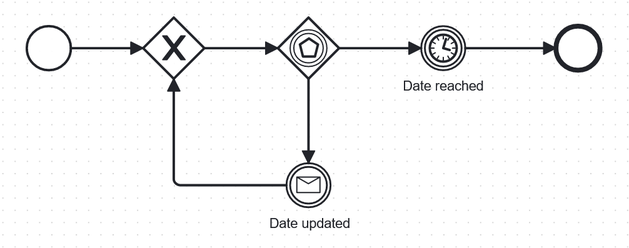
brix-ag/bpmn-design-patterns keeps this BPMN diagram as updatable-timer-pattern/updatable-timer-pattern.png. Above is the earlier version. Its source is kept beside it as updatable-timer-pattern/updatable-timer-pattern.bpmn. Ids are renumbered. Its diagram source:
```xml
<bpmn:definitions xmlns:bpmn="http://www.omg.org/spec/BPMN/20100524/MODEL" xmlns:bpmndi="http://www.omg.org/spec/BPMN/20100524/DI" xmlns:dc="http://www.omg.org/spec/DD/20100524/DC" xmlns:xsi="http://www.w3.org/2001/XMLSchema-instance" xmlns:di="http://www.omg.org/spec/DD/20100524/DI" xmlns:zeebe="http://camunda.org/schema/zeebe/1.0" xmlns:modeler="http://camunda.org/schema/modeler/1.0" xmlns:camunda="http://camunda.org/schema/1.0/bpmn" id="Definitions_1" targetNamespace="http://bpmn.io/schema/bpmn" exporter="Camunda Modeler" exporterVersion="5.21.0" modeler:executionPlatform="Camunda Cloud" modeler:executionPlatformVersion="8.4.0" camunda:diagramRelationId="9c067837-f4c7-4fb6-b2c7-e01d3282661e">
  <bpmn:process id="Process_n1" name="01 Solution" isExecutable="true">
    <bpmn:startEvent id="StartEvent_1">
      <bpmn:outgoing>Flow_n2</bpmn:outgoing>
    </bpmn:startEvent>
    <bpmn:exclusiveGateway id="Gateway_n3">
      <bpmn:incoming>Flow_n2</bpmn:incoming>
      <bpmn:incoming>Flow_n4</bpmn:incoming>
      <bpmn:outgoing>Flow_n5</bpmn:outgoing>
    </bpmn:exclusiveGateway>
    <bpmn:sequenceFlow id="Flow_n2" sourceRef="StartEvent_1" targetRef="Gateway_n3" />
    <bpmn:sequenceFlow id="Flow_n5" sourceRef="Gateway_n3" targetRef="Gateway_n6" />
    <bpmn:eventBasedGateway id="Gateway_n6">
      <bpmn:incoming>Flow_n5</bpmn:incoming>
      <bpmn:outgoing>Flow_n7</bpmn:outgoing>
      <bpmn:outgoing>Flow_n8</bpmn:outgoing>
    </bpmn:eventBasedGateway>
    <bpmn:intermediateCatchEvent id="Event_n9" name="Date reached">
      <bpmn:incoming>Flow_n7</bpmn:incoming>
      <bpmn:outgoing>Flow_n10</bpmn:outgoing>
      <bpmn:timerEventDefinition id="TimerEventDefinition_n11">
        <bpmn:timeDate xsi:type="bpmn:tFormalExpression">=foo</bpmn:timeDate>
      </bpmn:timerEventDefinition>
    </bpmn:intermediateCatchEvent>
    <bpmn:sequenceFlow id="Flow_n7" sourceRef="Gateway_n6" targetRef="Event_n9" />
    <bpmn:intermediateCatchEvent id="Event_n12" name="Date updated">
      <bpmn:incoming>Flow_n8</bpmn:incoming>
      <bpmn:outgoing>Flow_n4</bpmn:outgoing>
      <bpmn:messageEventDefinition id="MessageEventDefinition_n13" messageRef="Message_n14" />
    </bpmn:intermediateCatchEvent>
    <bpmn:sequenceFlow id="Flow_n8" sourceRef="Gateway_n6" targetRef="Event_n12" />
    <bpmn:sequenceFlow id="Flow_n4" sourceRef="Event_n12" targetRef="Gateway_n3" />
    <bpmn:endEvent id="Event_n15">
      <bpmn:incoming>Flow_n10</bpmn:incoming>
    </bpmn:endEvent>
    <bpmn:sequenceFlow id="Flow_n10" sourceRef="Event_n9" targetRef="Event_n15" />
  </bpmn:process>
  <bpmn:message id="Message_n14" name="updateFoo">
    <bpmn:extensionElements>
      <zeebe:subscription correlationKey="=bar" />
    </bpmn:extensionElements>
  </bpmn:message>
  <bpmndi:BPMNDiagram id="BPMNDiagram_1">
    <bpmndi:BPMNPlane id="BPMNPlane_1" bpmnElement="Process_n1">
      <bpmndi:BPMNShape id="_BPMNShape_StartEvent_2" bpmnElement="StartEvent_1">
        <dc:Bounds x="150" y="130" width="36" height="36" />
      </bpmndi:BPMNShape>
      <bpmndi:BPMNShape id="Gateway_n3_di" bpmnElement="Gateway_n3" isMarkerVisible="true">
        <dc:Bounds x="245" y="123" width="50" height="50" />
      </bpmndi:BPMNShape>
      <bpmndi:BPMNShape id="Gateway_1b5ekbn_di" bpmnElement="Gateway_n6">
        <dc:Bounds x="355" y="123" width="50" height="50" />
      </bpmndi:BPMNShape>
      <bpmndi:BPMNShape id="Event_n9_di" bpmnElement="Event_n9">
        <dc:Bounds x="472" y="130" width="36" height="36" />
        <bpmndi:BPMNLabel>
          <dc:Bounds x="457" y="173" width="67" height="14" />
        </bpmndi:BPMNLabel>
      </bpmndi:BPMNShape>
      <bpmndi:BPMNShape id="Event_n12_di" bpmnElement="Event_n12">
        <dc:Bounds x="362" y="242" width="36" height="36" />
        <bpmndi:BPMNLabel>
          <dc:Bounds x="348" y="285" width="65" height="14" />
        </bpmndi:BPMNLabel>
      </bpmndi:BPMNShape>
      <bpmndi:BPMNShape id="Event_n15_di" bpmnElement="Event_n15">
        <dc:Bounds x="582" y="130" width="36" height="36" />
      </bpmndi:BPMNShape>
      <bpmndi:BPMNEdge id="Flow_n2_di" bpmnElement="Flow_n2">
        <di:waypoint x="186" y="148" />
        <di:waypoint x="245" y="148" />
      </bpmndi:BPMNEdge>
      <bpmndi:BPMNEdge id="Flow_n5_di" bpmnElement="Flow_n5">
        <di:waypoint x="295" y="148" />
        <di:waypoint x="355" y="148" />
      </bpmndi:BPMNEdge>
      <bpmndi:BPMNEdge id="Flow_n7_di" bpmnElement="Flow_n7">
        <di:waypoint x="405" y="148" />
        <di:waypoint x="472" y="148" />
      </bpmndi:BPMNEdge>
      <bpmndi:BPMNEdge id="Flow_n8_di" bpmnElement="Flow_n8">
        <di:waypoint x="380" y="173" />
        <di:waypoint x="380" y="242" />
      </bpmndi:BPMNEdge>
      <bpmndi:BPMNEdge id="Flow_n4_di" bpmnElement="Flow_n4">
        <di:waypoint x="362" y="260" />
        <di:waypoint x="270" y="260" />
        <di:waypoint x="270" y="173" />
      </bpmndi:BPMNEdge>
      <bpmndi:BPMNEdge id="Flow_n10_di" bpmnElement="Flow_n10">
        <di:waypoint x="508" y="148" />
        <di:waypoint x="582" y="148" />
      </bpmndi:BPMNEdge>
    </bpmndi:BPMNPlane>
  </bpmndi:BPMNDiagram>
</bpmn:definitions>
```
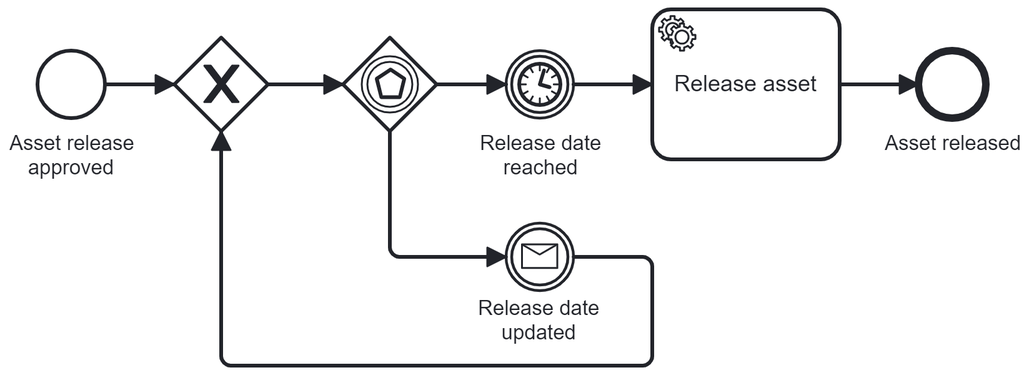
The same file after the commit.

Diff of the diagram source:
```diff
@@ -1,6 +1,11 @@
-<bpmn:definitions xmlns:bpmn="http://www.omg.org/spec/BPMN/20100524/MODEL" xmlns:bpmndi="http://www.omg.org/spec/BPMN/20100524/DI" xmlns:dc="http://www.omg.org/spec/DD/20100524/DC" xmlns:xsi="http://www.w3.org/2001/XMLSchema-instance" xmlns:di="http://www.omg.org/spec/DD/20100524/DI" xmlns:zeebe="http://camunda.org/schema/zeebe/1.0" xmlns:modeler="http://camunda.org/schema/modeler/1.0" xmlns:camunda="http://camunda.org/schema/1.0/bpmn" id="Definitions_1" targetNamespace="http://bpmn.io/schema/bpmn" exporter="Camunda Modeler" exporterVersion="5.21.0" modeler:executionPlatform="Camunda Cloud" modeler:executionPlatformVersion="8.4.0" camunda:diagramRelationId="9c067837-f4c7-4fb6-b2c7-e01d3282661e">
+<bpmn:definitions xmlns:bpmn="http://www.omg.org/spec/BPMN/20100524/MODEL" xmlns:bpmndi="http://www.omg.org/spec/BPMN/20100524/DI" xmlns:dc="http://www.omg.org/spec/DD/20100524/DC" xmlns:xsi="http://www.w3.org/2001/XMLSchema-instance" xmlns:di="http://www.omg.org/spec/DD/20100524/DI" xmlns:zeebe="http://camunda.org/schema/zeebe/1.0" xmlns:modeler="http://camunda.org/schema/modeler/1.0" xmlns:camunda="http://camunda.org/schema/1.0/bpmn" id="Definitions_1" targetNamespace="http://bpmn.io/schema/bpmn" exporter="Camunda Modeler" exporterVersion="5.22.0" modeler:executionPlatform="Camunda Cloud" modeler:executionPlatformVersion="8.4.0" camunda:diagramRelationId="9c067837-f4c7-4fb6-b2c7-e01d3282661e">
   <bpmn:process id="Process_n1" name="01 Solution" isExecutable="true">
-    <bpmn:startEvent id="StartEvent_1">
+    <bpmn:startEvent id="StartEvent_1" name="Asset release approved">
+      <bpmn:extensionElements>
+        <zeebe:properties>
+          <zeebe:property name="camundaModeler:exampleOutputJson" value="{&#10;  &#34;releaseDate&#34;: &#34;2024-04-23T08:00:00Z&#34;,&#10;  &#34;correlationKey&#34;: &#34;aCorrelationKey&#34;&#10;}" />
+        </zeebe:properties>
+      </bpmn:extensionElements>
       <bpmn:outgoing>Flow_n2</bpmn:outgoing>
     </bpmn:startEvent>
     <bpmn:exclusiveGateway id="Gateway_n3">
@@ -15,81 +20,105 @@
       <bpmn:outgoing>Flow_n7</bpmn:outgoing>
       <bpmn:outgoing>Flow_n8</bpmn:outgoing>
     </bpmn:eventBasedGateway>
-    <bpmn:intermediateCatchEvent id="Event_n9" name="Date reached">
+    <bpmn:intermediateCatchEvent id="Event_n9" name="Release date reached">
       <bpmn:incoming>Flow_n7</bpmn:incoming>
       <bpmn:outgoing>Flow_n10</bpmn:outgoing>
       <bpmn:timerEventDefinition id="TimerEventDefinition_n11">
-        <bpmn:timeDate xsi:type="bpmn:tFormalExpression">=foo</bpmn:timeDate>
+        <bpmn:timeDate xsi:type="bpmn:tFormalExpression">=releaseDate</bpmn:timeDate>
       </bpmn:timerEventDefinition>
     </bpmn:intermediateCatchEvent>
     <bpmn:sequenceFlow id="Flow_n7" sourceRef="Gateway_n6" targetRef="Event_n9" />
-    <bpmn:intermediateCatchEvent id="Event_n12" name="Date updated">
+    <bpmn:intermediateCatchEvent id="Event_n12" name="Release date updated">
       <bpmn:incoming>Flow_n8</bpmn:incoming>
       <bpmn:outgoing>Flow_n4</bpmn:outgoing>
       <bpmn:messageEventDefinition id="MessageEventDefinition_n13" messageRef="Message_n14" />
     </bpmn:intermediateCatchEvent>
     <bpmn:sequenceFlow id="Flow_n8" sourceRef="Gateway_n6" targetRef="Event_n12" />
     <bpmn:sequenceFlow id="Flow_n4" sourceRef="Event_n12" targetRef="Gateway_n3" />
-    <bpmn:endEvent id="Event_n15">
+    <bpmn:endEvent id="Event_n15" name="Asset released">
+      <bpmn:incoming>Flow_n16</bpmn:incoming>
+    </bpmn:endEvent>
+    <bpmn:sequenceFlow id="Flow_n10" sourceRef="Event_n9" targetRef="Activity_n17" />
+    <bpmn:serviceTask id="Activity_n17" name="Release asset">
+      <bpmn:extensionElements>
+        <zeebe:taskDefinition type="releaseAsset" />
+      </bpmn:extensionElements>
       <bpmn:incoming>Flow_n10</bpmn:incoming>
-    </bpmn:endEvent>
-    <bpmn:sequenceFlow id="Flow_n10" sourceRef="Event_n9" targetRef="Event_n15" />
+      <bpmn:outgoing>Flow_n16</bpmn:outgoing>
+    </bpmn:serviceTask>
+    <bpmn:sequenceFlow id="Flow_n16" sourceRef="Activity_n17" targetRef="Event_n15" />
   </bpmn:process>
-  <bpmn:message id="Message_n14" name="updateFoo">
+  <bpmn:message id="Message_n14" name="updateTimerValue">
     <bpmn:extensionElements>
-      <zeebe:subscription correlationKey="=bar" />
+      <zeebe:subscription correlationKey="=correlationKey" />
     </bpmn:extensionElements>
   </bpmn:message>
   <bpmndi:BPMNDiagram id="BPMNDiagram_1">
     <bpmndi:BPMNPlane id="BPMNPlane_1" bpmnElement="Process_n1">
       <bpmndi:BPMNShape id="_BPMNShape_StartEvent_2" bpmnElement="StartEvent_1">
-        <dc:Bounds x="150" y="130" width="36" height="36" />
+        <dc:Bounds x="182" y="102" width="36" height="36" />
+        <bpmndi:BPMNLabel>
+          <dc:Bounds x="167" y="145" width="66" height="27" />
+        </bpmndi:BPMNLabel>
       </bpmndi:BPMNShape>
       <bpmndi:BPMNShape id="Gateway_n3_di" bpmnElement="Gateway_n3" isMarkerVisible="true">
-        <dc:Bounds x="245" y="123" width="50" height="50" />
+        <dc:Bounds x="255" y="95" width="50" height="50" />
       </bpmndi:BPMNShape>
       <bpmndi:BPMNShape id="Gateway_1b5ekbn_di" bpmnElement="Gateway_n6">
-        <dc:Bounds x="355" y="123" width="50" height="50" />
+        <dc:Bounds x="345" y="95" width="50" height="50" />
       </bpmndi:BPMNShape>
       <bpmndi:BPMNShape id="Event_n9_di" bpmnElement="Event_n9">
-        <dc:Bounds x="472" y="130" width="36" height="36" />
+        <dc:Bounds x="432" y="102" width="36" height="36" />
         <bpmndi:BPMNLabel>
-          <dc:Bounds x="457" y="173" width="67" height="14" />
+          <dc:Bounds x="418" y="145" width="65" height="27" />
         </bpmndi:BPMNLabel>
       </bpmndi:BPMNShape>
       <bpmndi:BPMNShape id="Event_n12_di" bpmnElement="Event_n12">
-        <dc:Bounds x="362" y="242" width="36" height="36" />
+        <dc:Bounds x="432" y="194" width="36" height="36" />
         <bpmndi:BPMNLabel>
-          <dc:Bounds x="348" y="285" width="65" height="14" />
+          <dc:Bounds x="417" y="233" width="65" height="27" />
         </bpmndi:BPMNLabel>
       </bpmndi:BPMNShape>
       <bpmndi:BPMNShape id="Event_n15_di" bpmnElement="Event_n15">
-        <dc:Bounds x="582" y="130" width="36" height="36" />
+        <dc:Bounds x="652" y="102" width="36" height="36" />
+        <bpmndi:BPMNLabel>
+          <dc:Bounds x="634" y="145" width="72" height="14" />
+        </bpmndi:BPMNLabel>
+      </bpmndi:BPMNShape>
+      <bpmndi:BPMNShape id="Activity_0mp1m1w_di" bpmnElement="Activity_n17">
+        <dc:Bounds x="510" y="80" width="100" height="80" />
       </bpmndi:BPMNShape>
       <bpmndi:BPMNEdge id="Flow_n2_di" bpmnElement="Flow_n2">
-        <di:waypoint x="186" y="148" />
-        <di:waypoint x="245" y="148" />
+        <di:waypoint x="218" y="120" />
+        <di:waypoint x="255" y="120" />
       </bpmndi:BPMNEdge>
       <bpmndi:BPMNEdge id="Flow_n5_di" bpmnElement="Flow_n5">
-        <di:waypoint x="295" y="148" />
-        <di:waypoint x="355" y="148" />
+        <di:waypoint x="305" y="120" />
+        <di:waypoint x="345" y="120" />
       </bpmndi:BPMNEdge>
       <bpmndi:BPMNEdge id="Flow_n7_di" bpmnElement="Flow_n7">
-        <di:waypoint x="405" y="148" />
-        <di:waypoint x="472" y="148" />
+        <di:waypoint x="395" y="120" />
+        <di:waypoint x="432" y="120" />
       </bpmndi:BPMNEdge>
       <bpmndi:BPMNEdge id="Flow_n8_di" bpmnElement="Flow_n8">
-        <di:waypoint x="380" y="173" />
-        <di:waypoint x="380" y="242" />
+        <di:waypoint x="370" y="145" />
+        <di:waypoint x="370" y="212" />
+        <di:waypoint x="432" y="212" />
       </bpmndi:BPMNEdge>
       <bpmndi:BPMNEdge id="Flow_n4_di" bpmnElement="Flow_n4">
-        <di:waypoint x="362" y="260" />
-        <di:waypoint x="270" y="260" />
-        <di:waypoint x="270" y="173" />
+        <di:waypoint x="468" y="212" />
+        <di:waypoint x="510" y="212" />
+        <di:waypoint x="510" y="270" />
+        <di:waypoint x="280" y="270" />
+        <di:waypoint x="280" y="145" />
       </bpmndi:BPMNEdge>
       <bpmndi:BPMNEdge id="Flow_n10_di" bpmnElement="Flow_n10">
-        <di:waypoint x="508" y="148" />
-        <di:waypoint x="582" y="148" />
+        <di:waypoint x="468" y="120" />
+        <di:waypoint x="510" y="120" />
+      </bpmndi:BPMNEdge>
+      <bpmndi:BPMNEdge id="Flow_n16_di" bpmnElement="Flow_n16">
+        <di:waypoint x="610" y="120" />
+        <di:waypoint x="652" y="120" />
       </bpmndi:BPMNEdge>
     </bpmndi:BPMNPlane>
   </bpmndi:BPMNDiagram>
```
